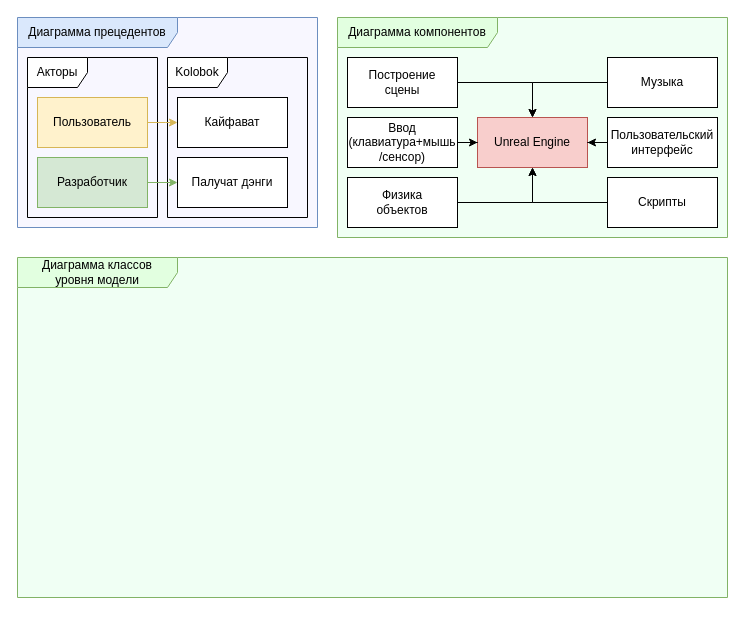
Earlier version of the draw.io diagram KolobokUML.drawio (ineedmypills/Kolobok). Source tidied: cells renumbered, new cells numbered last; positions are measured from the earlier drawing's top-left corner, leaving out a move shared by most shapes. Both pictures are drawn from the tidied source at 100%, with x=0, y=0 at pixel (17, 17).
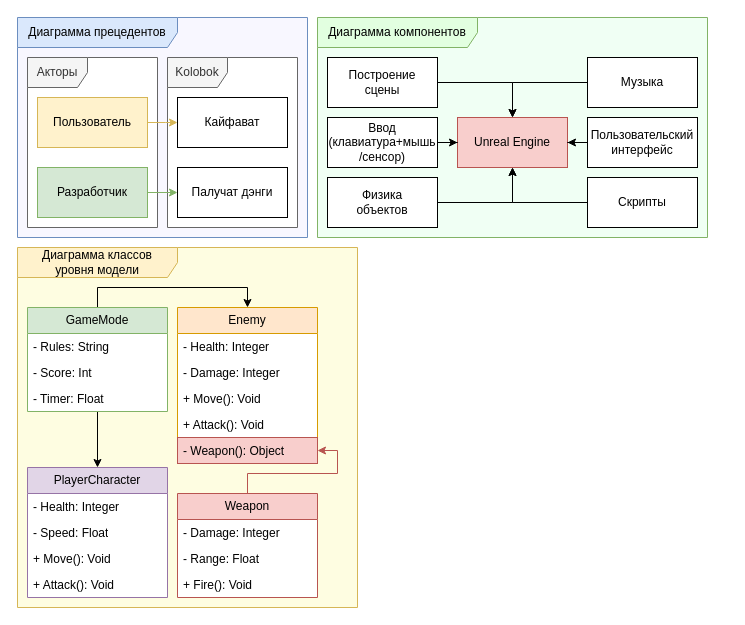
Above is the later version.

Change to the diagram source:
```diff
@@
     <mxCell id="2" value="Диаграмма&amp;nbsp;прецедентов" style="shape=umlFrame;whiteSpace=wrap;html=1;width=160;fillColor=#dae8fc;strokeColor=#6c8ebf;gradientColor=none;swimlaneFillColor=#F8F7FF;" parent="1" vertex="1">
-      <mxGeometry width="300" height="210" as="geometry" />
+      <mxGeometry width="290" height="220" as="geometry" />
     </mxCell>
+    <mxCell id="4" value="Kolobok" style="shape=umlFrame;whiteSpace=wrap;html=1;swimlaneFillColor=default;fillColor=#f5f5f5;fontColor=#333333;strokeColor=#666666;" parent="2" vertex="1">
+      <mxGeometry x="150" y="40" width="130" height="170" as="geometry" />
+    </mxCell>
@@
-    <mxCell id="4" value="Kolobok" style="shape=umlFrame;whiteSpace=wrap;html=1;" parent="2" vertex="1">
-      <mxGeometry x="150" y="40" width="140" height="160" as="geometry" />
-    </mxCell>
     <mxCell id="5" value="Палучат дэнги" style="html=1;whiteSpace=wrap;" parent="2" vertex="1">
-      <mxGeometry x="160" y="140" width="110" height="50" as="geometry" />
+      <mxGeometry x="160" y="150" width="110" height="50" as="geometry" />
     </mxCell>
-    <mxCell id="6" value="Акторы" style="shape=umlFrame;whiteSpace=wrap;html=1;" parent="2" vertex="1">
-      <mxGeometry x="10" y="40" width="130" height="160" as="geometry" />
+    <mxCell id="6" value="Акторы" style="shape=umlFrame;whiteSpace=wrap;html=1;swimlaneFillColor=default;fillColor=#f5f5f5;fontColor=#333333;strokeColor=#666666;" parent="2" vertex="1">
+      <mxGeometry x="10" y="40" width="130" height="170" as="geometry" />
     </mxCell>
@@
     <mxCell id="8" value="Разработчик" style="html=1;whiteSpace=wrap;fillColor=#d5e8d4;strokeColor=#82b366;" parent="2" vertex="1">
-      <mxGeometry x="20" y="140" width="110" height="50" as="geometry" />
+      <mxGeometry x="20" y="150" width="110" height="50" as="geometry" />
     </mxCell>
@@
     <mxCell id="13" value="Диаграмма&amp;nbsp;компонентов" style="shape=umlFrame;whiteSpace=wrap;html=1;width=160;fillColor=light-dark(#e2ffe0, #1f2f1e);strokeColor=#82b366;swimlaneFillColor=light-dark(#f0fff4, #111311);" parent="1" vertex="1">
-      <mxGeometry x="320" width="390" height="220" as="geometry" />
+      <mxGeometry x="300" width="390" height="220" as="geometry" />
     </mxCell>
@@
-    <mxCell id="27" value="Диаграмма классов&lt;div&gt;уровня модели&lt;/div&gt;" style="shape=umlFrame;whiteSpace=wrap;html=1;width=160;fillColor=light-dark(#e2ffe0, #1f2f1e);strokeColor=#82b366;swimlaneFillColor=light-dark(#f0fff4, #111311);" parent="1" vertex="1">
-      <mxGeometry y="240" width="710" height="340" as="geometry" />
+    <mxCell id="27" value="Диаграмма классов&lt;div&gt;уровня модели&lt;/div&gt;" style="shape=umlFrame;whiteSpace=wrap;html=1;width=160;fillColor=#fff2cc;strokeColor=#d6b656;swimlaneFillColor=light-dark(#fefde1, #111311);" parent="1" vertex="1">
+      <mxGeometry y="230" width="340" height="360" as="geometry" />
     </mxCell>
@@
+    <mxCell id="34" style="edgeStyle=orthogonalEdgeStyle;rounded=0;jettySize=auto;html=1;entryX=0.5;entryY=0;entryDx=0;entryDy=0;" parent="27" edge="1" source="36" target="40">
+      <mxGeometry relative="1" as="geometry" />
+    </mxCell>
+    <mxCell id="35" style="edgeStyle=orthogonalEdgeStyle;rounded=0;jettySize=auto;html=1;exitX=0.5;exitY=0;exitDx=0;exitDy=0;entryX=0.5;entryY=0;entryDx=0;entryDy=0;" parent="27" edge="1" source="36" target="45">
+      <mxGeometry relative="1" as="geometry" />
+    </mxCell>
+    <mxCell id="36" value="GameMode" style="swimlane;fontStyle=0;horizontal=1;startSize=26;fillColor=#d5e8d4;whiteSpace=wrap;html=1;swimlaneFillColor=default;strokeColor=#82b366;" parent="27" vertex="1">
+      <mxGeometry x="10" y="60" width="140" height="104" as="geometry" />
+    </mxCell>
+    <mxCell id="37" value="&lt;span style=&quot;text-align: center;&quot;&gt;- Rules: String&lt;/span&gt;" style="text;strokeColor=none;fillColor=none;align=left;verticalAlign=top;spacingLeft=4;spacingRight=4;overflow=hidden;whiteSpace=wrap;html=1;swimlaneFillColor=default;" parent="36" vertex="1">
+      <mxGeometry y="26" width="140" height="26" as="geometry" />
+    </mxCell>
+    <mxCell id="38" value="&lt;span style=&quot;text-align: center;&quot;&gt;- Score: Int&lt;/span&gt;" style="text;strokeColor=none;fillColor=none;align=left;verticalAlign=top;spacingLeft=4;spacingRight=4;overflow=hidden;whiteSpace=wrap;html=1;swimlaneFillColor=default;" parent="36" vertex="1">
+      <mxGeometry y="52" width="140" height="26" as="geometry" />
+    </mxCell>
+    <mxCell id="39" value="&lt;span style=&quot;text-align: center;&quot;&gt;- Timer: Float&lt;/span&gt;" style="text;strokeColor=none;fillColor=none;align=left;verticalAlign=top;spacingLeft=4;spacingRight=4;overflow=hidden;whiteSpace=wrap;html=1;swimlaneFillColor=default;" parent="36" vertex="1">
+      <mxGeometry y="78" width="140" height="26" as="geometry" />
+    </mxCell>
+    <mxCell id="40" value="PlayerCharacter" style="swimlane;fontStyle=0;horizontal=1;startSize=26;fillColor=#e1d5e7;whiteSpace=wrap;html=1;swimlaneFillColor=default;strokeColor=#9673a6;" parent="27" vertex="1">
+      <mxGeometry x="10" y="220" width="140" height="130" as="geometry" />
+    </mxCell>
+    <mxCell id="41" value="&lt;span style=&quot;text-align: center;&quot;&gt;- Health: Integer&lt;/span&gt;" style="text;strokeColor=none;fillColor=none;align=left;verticalAlign=top;spacingLeft=4;spacingRight=4;overflow=hidden;whiteSpace=wrap;html=1;" parent="40" vertex="1">
+      <mxGeometry y="26" width="140" height="26" as="geometry" />
+    </mxCell>
+    <mxCell id="42" value="&lt;span style=&quot;text-align: center;&quot;&gt;- Speed: Float&lt;/span&gt;" style="text;strokeColor=none;fillColor=none;align=left;verticalAlign=top;spacingLeft=4;spacingRight=4;overflow=hidden;whiteSpace=wrap;html=1;" parent="40" vertex="1">
+      <mxGeometry y="52" width="140" height="26" as="geometry" />
+    </mxCell>
+    <mxCell id="43" value="&lt;span style=&quot;text-align: center;&quot;&gt;+ Move(): Void&lt;/span&gt;" style="text;strokeColor=none;fillColor=none;align=left;verticalAlign=top;spacingLeft=4;spacingRight=4;overflow=hidden;whiteSpace=wrap;html=1;" parent="40" vertex="1">
+      <mxGeometry y="78" width="140" height="26" as="geometry" />
+    </mxCell>
+    <mxCell id="44" value="&lt;span style=&quot;text-align: center;&quot;&gt;+ Attack(): Void&lt;/span&gt;" style="text;strokeColor=none;fillColor=none;align=left;verticalAlign=top;spacingLeft=4;spacingRight=4;overflow=hidden;whiteSpace=wrap;html=1;" parent="40" vertex="1">
+      <mxGeometry y="104" width="140" height="26" as="geometry" />
+    </mxCell>
+    <mxCell id="45" value="Enemy" style="swimlane;fontStyle=0;horizontal=1;startSize=26;fillColor=#ffe6cc;whiteSpace=wrap;html=1;swimlaneFillColor=default;strokeColor=#d79b00;" parent="27" vertex="1">
+      <mxGeometry x="160" y="60" width="140" height="156" as="geometry" />
+    </mxCell>
+    <mxCell id="46" value="&lt;span style=&quot;text-align: center;&quot;&gt;- Health: Integer&lt;/span&gt;" style="text;strokeColor=none;fillColor=none;align=left;verticalAlign=top;spacingLeft=4;spacingRight=4;overflow=hidden;whiteSpace=wrap;html=1;" parent="45" vertex="1">
+      <mxGeometry y="26" width="140" height="26" as="geometry" />
+    </mxCell>
+    <mxCell id="47" value="&lt;span style=&quot;text-align: center;&quot;&gt;- Damage: Integer&lt;/span&gt;" style="text;strokeColor=none;fillColor=none;align=left;verticalAlign=top;spacingLeft=4;spacingRight=4;overflow=hidden;whiteSpace=wrap;html=1;" parent="45" vertex="1">
+      <mxGeometry y="52" width="140" height="26" as="geometry" />
+    </mxCell>
+    <mxCell id="48" value="&lt;span style=&quot;text-align: center;&quot;&gt;+ Move(): Void&lt;/span&gt;" style="text;strokeColor=none;fillColor=none;align=left;verticalAlign=top;spacingLeft=4;spacingRight=4;overflow=hidden;whiteSpace=wrap;html=1;" parent="45" vertex="1">
+      <mxGeometry y="78" width="140" height="26" as="geometry" />
+    </mxCell>
+    <mxCell id="49" value="&lt;span style=&quot;text-align: center;&quot;&gt;+ Attack(): Void&lt;/span&gt;" style="text;strokeColor=none;fillColor=none;align=left;verticalAlign=top;spacingLeft=4;spacingRight=4;overflow=hidden;whiteSpace=wrap;html=1;" parent="45" vertex="1">
+      <mxGeometry y="104" width="140" height="26" as="geometry" />
+    </mxCell>
+    <mxCell id="50" value="&lt;span style=&quot;text-align: center;&quot;&gt;- Weapon(): Object&lt;/span&gt;" style="text;strokeColor=#b85450;fillColor=#f8cecc;align=left;verticalAlign=top;spacingLeft=4;spacingRight=4;overflow=hidden;points=[[0,0.5],[1,0.5]];portConstraint=eastwest;whiteSpace=wrap;html=1;" parent="45" vertex="1">
+      <mxGeometry y="130" width="140" height="26" as="geometry" />
+    </mxCell>
+    <mxCell id="51" style="edgeStyle=orthogonalEdgeStyle;rounded=0;jettySize=auto;html=1;exitX=0.5;exitY=0;exitDx=0;exitDy=0;fillColor=#f8cecc;strokeColor=#b85450;" parent="27" edge="1" source="52" target="50">
+      <mxGeometry relative="1" as="geometry" />
+    </mxCell>
+    <mxCell id="52" value="Weapon" style="swimlane;fontStyle=0;horizontal=1;startSize=26;fillColor=#f8cecc;whiteSpace=wrap;html=1;swimlaneFillColor=default;strokeColor=#b85450;" parent="27" vertex="1">
+      <mxGeometry x="160" y="246" width="140" height="104" as="geometry" />
+    </mxCell>
+    <mxCell id="53" value="&lt;span style=&quot;text-align: center;&quot;&gt;- Damage: Integer&lt;/span&gt;" style="text;strokeColor=none;fillColor=none;align=left;verticalAlign=top;spacingLeft=4;spacingRight=4;overflow=hidden;whiteSpace=wrap;html=1;" parent="52" vertex="1">
+      <mxGeometry y="26" width="140" height="26" as="geometry" />
+    </mxCell>
+    <mxCell id="54" value="&lt;span style=&quot;text-align: center;&quot;&gt;- Range: Float&lt;/span&gt;" style="text;strokeColor=none;fillColor=none;align=left;verticalAlign=top;spacingLeft=4;spacingRight=4;overflow=hidden;whiteSpace=wrap;html=1;" parent="52" vertex="1">
+      <mxGeometry y="52" width="140" height="26" as="geometry" />
+    </mxCell>
+    <mxCell id="55" value="&lt;span style=&quot;text-align: center;&quot;&gt;+ Fire(): Void&lt;/span&gt;" style="text;strokeColor=none;fillColor=none;align=left;verticalAlign=top;spacingLeft=4;spacingRight=4;overflow=hidden;whiteSpace=wrap;html=1;" parent="52" vertex="1">
+      <mxGeometry y="78" width="140" height="26" as="geometry" />
+    </mxCell>
```
